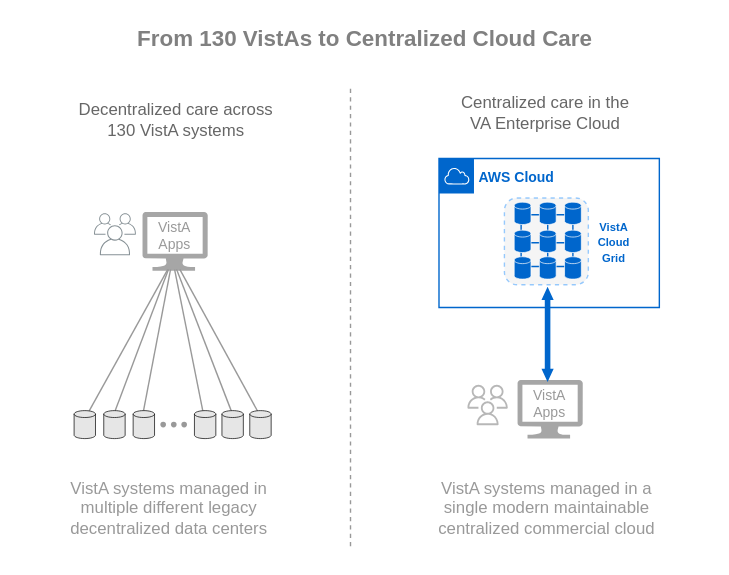
Above: img/vista-to-vaec.svg in cloudvista/vaa (draw.io), before the change. Source tidied: cells renumbered, new cells last; positions are measured from the earlier drawing's top-left corner, leaving out a move shared by most shapes.
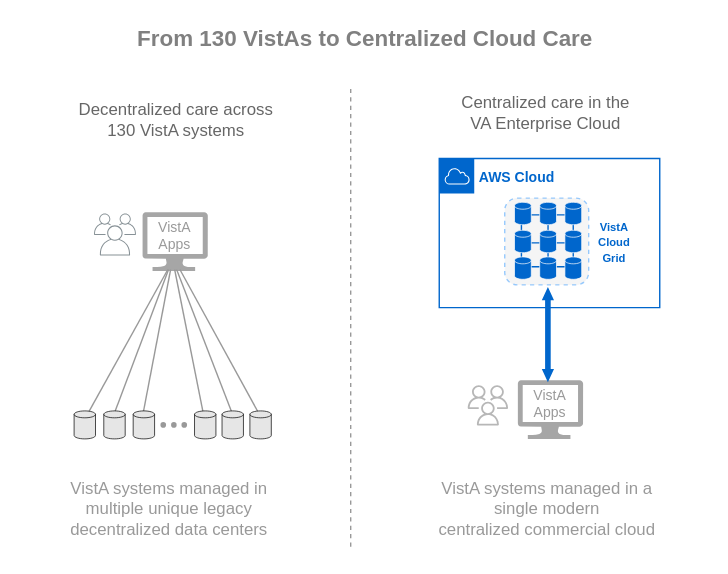
After the change.

The edit, as a diff of the source:
```diff
@@ -86,10 +86,10 @@
     <mxCell id="23" style="shape=cylinder3;whiteSpace=wrap;html=1;boundedLbl=1;backgroundOutline=1;size=2.4705882352940876;strokeColor=#000000;strokeWidth=0.5;fillColor=#E6E6E6;gradientColor=none;" parent="1" vertex="1">
       <mxGeometry x="158.1" y="293" width="15.3" height="20" as="geometry" />
     </mxCell>
-    <mxCell id="24" value="VistA systems managed in&lt;br&gt;multiple different legacy&lt;br&gt;&amp;nbsp;decentralized data centers" style="text;html=1;align=center;verticalAlign=middle;strokeColor=none;fillColor=none;fontColor=#999999;" parent="1" vertex="1">
+    <mxCell id="24" value="VistA systems managed in&lt;br&gt;multiple unique legacy&lt;br&gt;&amp;nbsp;decentralized data centers" style="text;html=1;align=center;verticalAlign=middle;strokeColor=none;fillColor=none;fontColor=#999999;" parent="1" vertex="1">
       <mxGeometry x="34.9" y="333" width="170" height="60" as="geometry" />
     </mxCell>
-    <mxCell id="25" value="VistA systems managed in a &lt;br&gt;single modern maintainable&lt;br&gt;centralized commercial cloud&amp;nbsp;" style="text;html=1;align=center;verticalAlign=middle;strokeColor=none;fillColor=none;fontColor=#999999;" parent="1" vertex="1">
+    <mxCell id="25" value="VistA systems managed in a &lt;br&gt;single modern&lt;br&gt;centralized commercial cloud&amp;nbsp;" style="text;html=1;align=center;verticalAlign=middle;strokeColor=none;fillColor=none;fontColor=#999999;" parent="1" vertex="1">
       <mxGeometry x="300" y="333" width="180" height="60" as="geometry" />
     </mxCell>
     <mxCell id="26" style="sketch=0;gradientColor=none;fontColor=#545B64;strokeColor=none;fillColor=#879196;dashed=0;verticalLabelPosition=bottom;verticalAlign=top;align=center;html=1;fontSize=12;fontStyle=0;shape=mxgraph.aws4.illustration_users;" parent="1" vertex="1">
```
